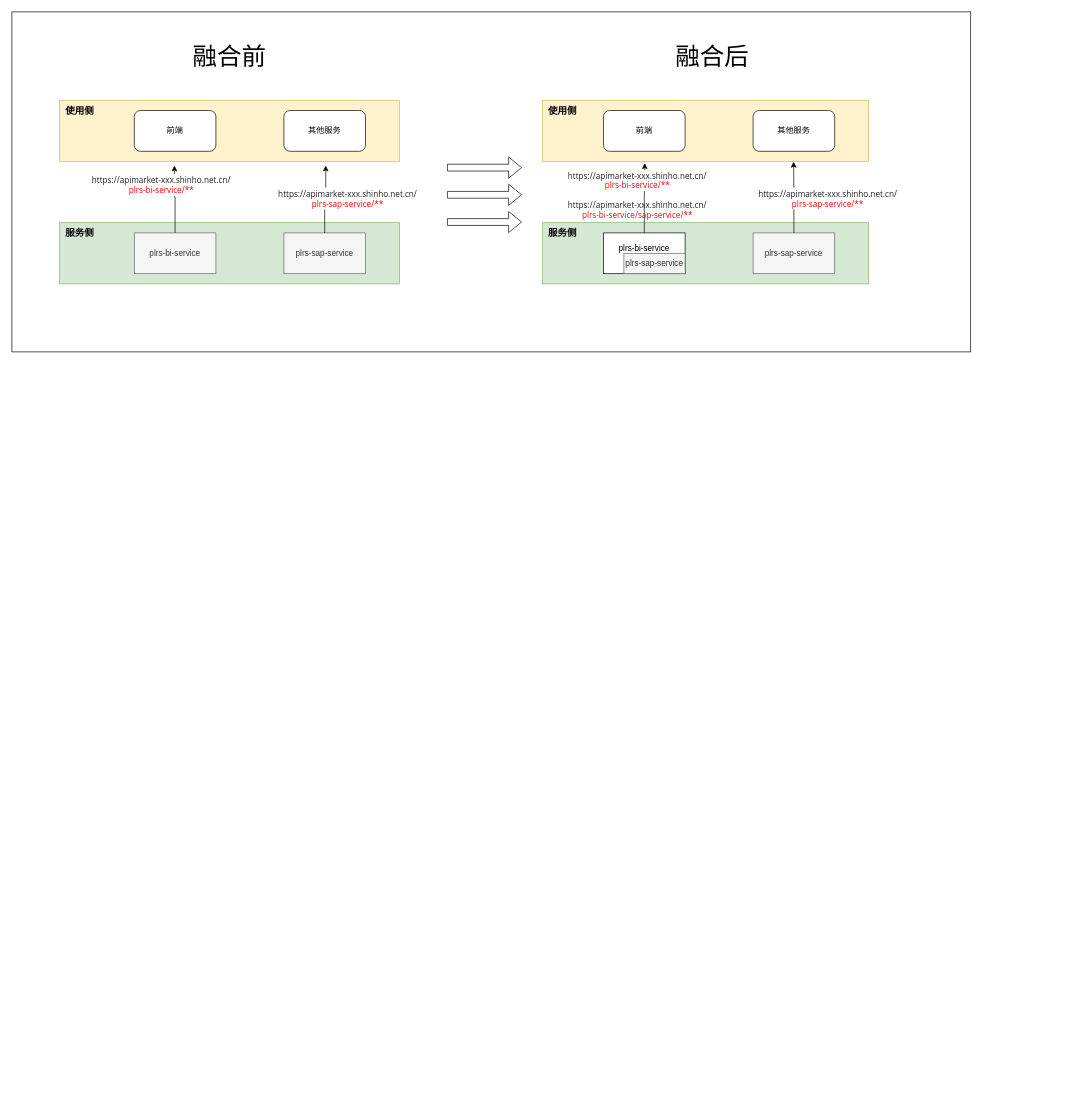
The draw.io diagram 【0321】服务合并安全问题解决方案.drawio in 18857545022/-, before the edit. Source tidied: cells renumbered, new cells numbered last; positions are measured from the earlier drawing's top-left corner, leaving out a move shared by most shapes. Both pictures are drawn from the tidied source at 68%, with x=0, y=0 at pixel (12, 12).
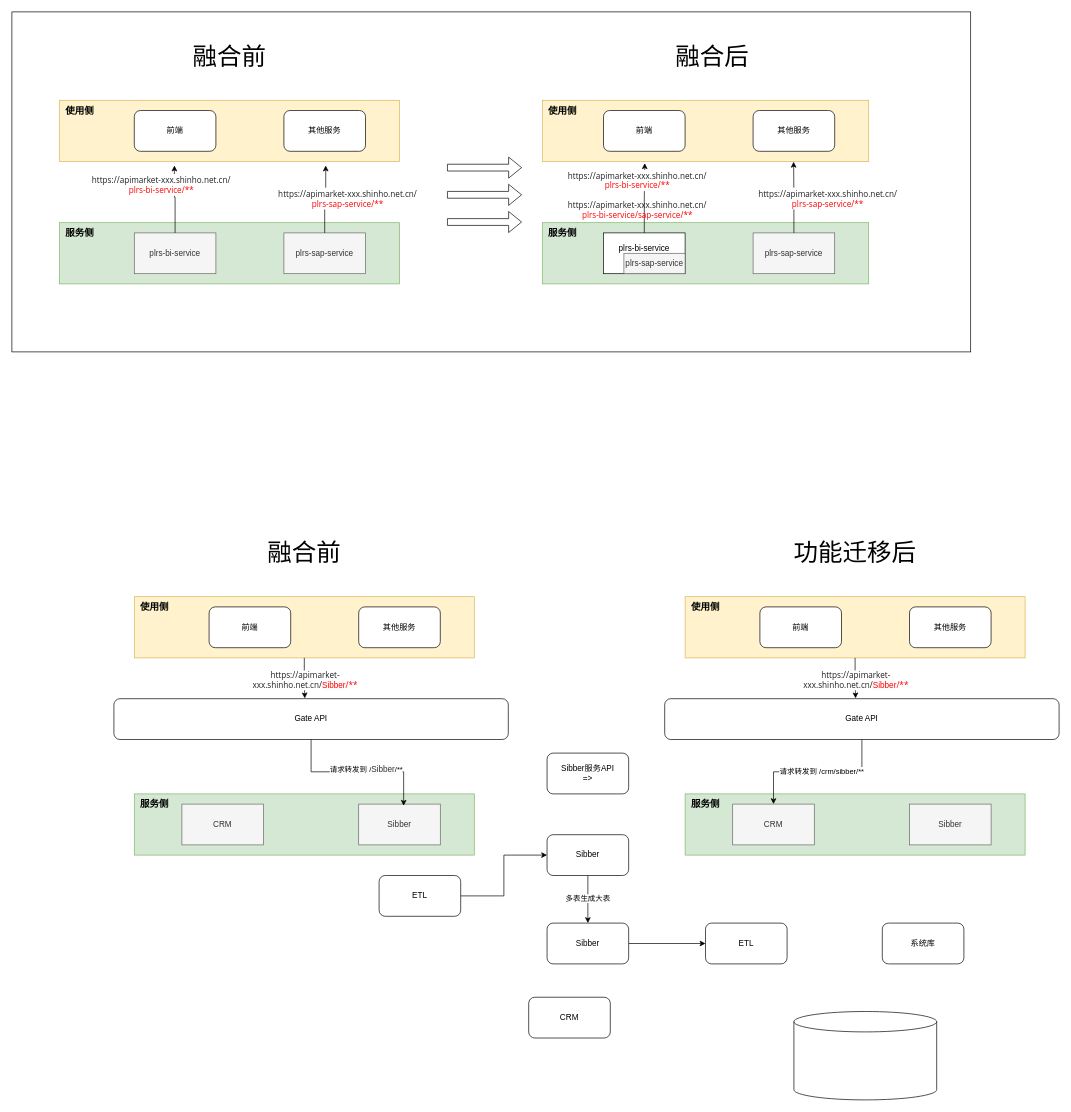
Above is the later version.

Commit message:
更新【0321】服务合并安全问题解决方案.drawio

Change to the diagram source:
```diff
@@
+    <mxCell id="33" value="Gate API" style="rounded=1;whiteSpace=wrap;html=1;" parent="1" vertex="1">
+      <mxGeometry x="150" y="1010" width="580" height="60" as="geometry" />
+    </mxCell>
@@
+    <mxCell id="34" style="rounded=0;whiteSpace=wrap;html=1;fillColor=#fff2cc;strokeColor=#d6b656;" parent="1" vertex="1">
+      <mxGeometry x="180" y="860" width="500" height="90" as="geometry" />
+    </mxCell>
+    <mxCell id="35" value="前端" style="rounded=1;whiteSpace=wrap;html=1;" parent="1" vertex="1">
+      <mxGeometry x="290" y="875" width="120" height="60" as="geometry" />
+    </mxCell>
+    <mxCell id="36" value="其他服务" style="rounded=1;whiteSpace=wrap;html=1;" parent="1" vertex="1">
+      <mxGeometry x="510" y="875" width="120" height="60" as="geometry" />
+    </mxCell>
+    <mxCell id="37" style="rounded=0;whiteSpace=wrap;html=1;fillColor=#d5e8d4;strokeColor=#82b366;" parent="1" vertex="1">
+      <mxGeometry x="180" y="1150" width="500" height="90" as="geometry" />
+    </mxCell>
+    <mxCell id="38" value="CRM" style="rounded=0;whiteSpace=wrap;html=1;fillColor=#f5f5f5;fontColor=#333333;strokeColor=#666666;" parent="1" vertex="1">
+      <mxGeometry x="250" y="1165" width="120" height="60" as="geometry" />
+    </mxCell>
+    <mxCell id="39" value="Sibber" style="rounded=0;whiteSpace=wrap;html=1;fillColor=#f5f5f5;fontColor=#333333;strokeColor=#666666;" parent="1" vertex="1">
+      <mxGeometry x="510" y="1165" width="120" height="60" as="geometry" />
+    </mxCell>
+    <mxCell id="40" value="&lt;font style=&quot;font-size: 14px;&quot;&gt;&lt;b&gt;使用侧&lt;/b&gt;&lt;/font&gt;" style="text;html=1;align=center;verticalAlign=middle;whiteSpace=wrap;rounded=0;" parent="1" vertex="1">
+      <mxGeometry x="180" y="860" width="60" height="30" as="geometry" />
+    </mxCell>
+    <mxCell id="41" value="&lt;font style=&quot;font-size: 14px;&quot;&gt;&lt;b&gt;服务侧&lt;/b&gt;&lt;/font&gt;" style="text;html=1;align=center;verticalAlign=middle;whiteSpace=wrap;rounded=0;" parent="1" vertex="1">
+      <mxGeometry x="180" y="1150" width="60" height="30" as="geometry" />
+    </mxCell>
+    <mxCell id="42" value="&lt;font style=&quot;font-size: 36px;&quot;&gt;融合前&lt;/font&gt;" style="text;html=1;align=center;verticalAlign=middle;whiteSpace=wrap;rounded=0;" parent="1" vertex="1">
+      <mxGeometry x="320" y="780" width="220" height="30" as="geometry" />
+    </mxCell>
+    <mxCell id="43" style="edgeStyle=orthogonalEdgeStyle;rounded=0;jettySize=auto;html=1;exitX=0.5;exitY=1;exitDx=0;exitDy=0;entryX=0.484;entryY=-0.008;entryDx=0;entryDy=0;entryPerimeter=0;" parent="1" edge="1" source="34" target="33">
+      <mxGeometry relative="1" as="geometry" />
+    </mxCell>
+    <mxCell id="44" value="&lt;font style=&quot;text-wrap: wrap; font-family: &amp;quot;Segoe UI&amp;quot;, tahoma, sans-serif; font-size: 12px; text-align: start;&quot; color=&quot;#1f1f1f&quot;&gt;https://apimarket-xxx.shinho.net.cn/&lt;/font&gt;&lt;span style=&quot;font-size: 12px; text-wrap: wrap; background-color: rgb(251, 251, 251);&quot;&gt;&lt;font color=&quot;#ff0000&quot;&gt;Sibber&lt;/font&gt;&lt;/span&gt;&lt;font style=&quot;text-wrap: wrap; font-family: &amp;quot;Segoe UI&amp;quot;, tahoma, sans-serif; font-size: 12px; text-align: start;&quot; color=&quot;#ff0000&quot;&gt;/**&lt;/font&gt;" style="edgeLabel;html=1;align=center;verticalAlign=middle;" parent="43" vertex="1">
+      <mxGeometry x="0.09" relative="1" as="geometry" />
+    </mxCell>
+    <mxCell id="45" style="edgeStyle=orthogonalEdgeStyle;rounded=0;jettySize=auto;html=1;exitX=0.5;exitY=1;exitDx=0;exitDy=0;entryX=0.551;entryY=0.04;entryDx=0;entryDy=0;entryPerimeter=0;" parent="1" edge="1" source="33" target="39">
+      <mxGeometry relative="1" as="geometry" />
+    </mxCell>
+    <mxCell id="46" value="请求转发到 /&lt;span style=&quot;color: rgb(51, 51, 51); font-size: 12px; text-wrap: wrap; background-color: rgb(251, 251, 251);&quot;&gt;Sibber&lt;/span&gt;/**" style="edgeLabel;html=1;align=center;verticalAlign=middle;" parent="45" vertex="1">
+      <mxGeometry x="-0.36" y="3" relative="1" as="geometry">
+        <mxPoint x="53" as="offset" />
+      </mxGeometry>
+    </mxCell>
+    <mxCell id="47" value="Gate API" style="rounded=1;whiteSpace=wrap;html=1;" parent="1" vertex="1">
+      <mxGeometry x="960" y="1010" width="580" height="60" as="geometry" />
+    </mxCell>
+    <mxCell id="48" style="rounded=0;whiteSpace=wrap;html=1;fillColor=#fff2cc;strokeColor=#d6b656;" parent="1" vertex="1">
+      <mxGeometry x="990" y="860" width="500" height="90" as="geometry" />
+    </mxCell>
+    <mxCell id="49" value="前端" style="rounded=1;whiteSpace=wrap;html=1;" parent="1" vertex="1">
+      <mxGeometry x="1100" y="875" width="120" height="60" as="geometry" />
+    </mxCell>
+    <mxCell id="50" value="其他服务" style="rounded=1;whiteSpace=wrap;html=1;" parent="1" vertex="1">
+      <mxGeometry x="1320" y="875" width="120" height="60" as="geometry" />
+    </mxCell>
+    <mxCell id="51" style="rounded=0;whiteSpace=wrap;html=1;fillColor=#d5e8d4;strokeColor=#82b366;" parent="1" vertex="1">
+      <mxGeometry x="990" y="1150" width="500" height="90" as="geometry" />
+    </mxCell>
+    <mxCell id="52" value="CRM" style="rounded=0;whiteSpace=wrap;html=1;fillColor=#f5f5f5;fontColor=#333333;strokeColor=#666666;" parent="1" vertex="1">
+      <mxGeometry x="1060" y="1165" width="120" height="60" as="geometry" />
+    </mxCell>
+    <mxCell id="53" value="Sibber" style="rounded=0;whiteSpace=wrap;html=1;fillColor=#f5f5f5;fontColor=#333333;strokeColor=#666666;" parent="1" vertex="1">
+      <mxGeometry x="1320" y="1165" width="120" height="60" as="geometry" />
+    </mxCell>
+    <mxCell id="54" value="&lt;font style=&quot;font-size: 14px;&quot;&gt;&lt;b&gt;使用侧&lt;/b&gt;&lt;/font&gt;" style="text;html=1;align=center;verticalAlign=middle;whiteSpace=wrap;rounded=0;" parent="1" vertex="1">
+      <mxGeometry x="990" y="860" width="60" height="30" as="geometry" />
+    </mxCell>
+    <mxCell id="55" value="&lt;font style=&quot;font-size: 14px;&quot;&gt;&lt;b&gt;服务侧&lt;/b&gt;&lt;/font&gt;" style="text;html=1;align=center;verticalAlign=middle;whiteSpace=wrap;rounded=0;" parent="1" vertex="1">
+      <mxGeometry x="990" y="1150" width="60" height="30" as="geometry" />
+    </mxCell>
+    <mxCell id="56" value="&lt;span style=&quot;font-size: 36px;&quot;&gt;功能迁移后&lt;/span&gt;" style="text;html=1;align=center;verticalAlign=middle;whiteSpace=wrap;rounded=0;" parent="1" vertex="1">
+      <mxGeometry x="1130" y="780" width="220" height="30" as="geometry" />
+    </mxCell>
+    <mxCell id="57" style="edgeStyle=orthogonalEdgeStyle;rounded=0;jettySize=auto;html=1;exitX=0.5;exitY=1;exitDx=0;exitDy=0;entryX=0.484;entryY=-0.008;entryDx=0;entryDy=0;entryPerimeter=0;" parent="1" edge="1" source="48" target="47">
+      <mxGeometry relative="1" as="geometry" />
+    </mxCell>
+    <mxCell id="58" value="&lt;font style=&quot;text-wrap: wrap; font-family: &amp;quot;Segoe UI&amp;quot;, tahoma, sans-serif; font-size: 12px; text-align: start;&quot; color=&quot;#1f1f1f&quot;&gt;https://apimarket-xxx.shinho.net.cn/&lt;/font&gt;&lt;span style=&quot;font-size: 12px; text-wrap: wrap; background-color: rgb(251, 251, 251);&quot;&gt;&lt;font color=&quot;#ff0000&quot;&gt;Sibber&lt;/font&gt;&lt;/span&gt;&lt;font style=&quot;text-wrap: wrap; font-family: &amp;quot;Segoe UI&amp;quot;, tahoma, sans-serif; font-size: 12px; text-align: start;&quot; color=&quot;#ff0000&quot;&gt;/**&lt;/font&gt;" style="edgeLabel;html=1;align=center;verticalAlign=middle;" parent="57" vertex="1">
+      <mxGeometry x="0.09" relative="1" as="geometry" />
+    </mxCell>
+    <mxCell id="59" style="edgeStyle=orthogonalEdgeStyle;rounded=0;jettySize=auto;html=1;exitX=0.5;exitY=1;exitDx=0;exitDy=0;entryX=0.5;entryY=0;entryDx=0;entryDy=0;" parent="1" edge="1" source="47" target="52">
+      <mxGeometry relative="1" as="geometry" />
+    </mxCell>
+    <mxCell id="60" value="请求转发到 /crm/sibber/**" style="edgeLabel;html=1;align=center;verticalAlign=middle;" parent="59" vertex="1">
+      <mxGeometry x="0.05" y="-1" relative="1" as="geometry">
+        <mxPoint x="11" as="offset" />
+      </mxGeometry>
+    </mxCell>
+    <mxCell id="61" style="edgeStyle=orthogonalEdgeStyle;rounded=0;jettySize=auto;html=1;exitX=1;exitY=0.5;exitDx=0;exitDy=0;entryX=0;entryY=0.5;entryDx=0;entryDy=0;" parent="1" edge="1" source="62" target="63">
+      <mxGeometry relative="1" as="geometry" />
+    </mxCell>
+    <mxCell id="62" value="Sibber" style="rounded=1;whiteSpace=wrap;html=1;" parent="1" vertex="1">
+      <mxGeometry x="787" y="1340" width="120" height="60" as="geometry" />
+    </mxCell>
+    <mxCell id="63" value="ETL" style="rounded=1;whiteSpace=wrap;html=1;" parent="1" vertex="1">
+      <mxGeometry x="1020" y="1340" width="120" height="60" as="geometry" />
+    </mxCell>
+    <mxCell id="64" value="系统库" style="rounded=1;whiteSpace=wrap;html=1;" parent="1" vertex="1">
+      <mxGeometry x="1280" y="1340" width="120" height="60" as="geometry" />
+    </mxCell>
+    <mxCell id="65" value="CRM" style="rounded=1;whiteSpace=wrap;html=1;" parent="1" vertex="1">
+      <mxGeometry x="760" y="1449" width="120" height="60" as="geometry" />
+    </mxCell>
+    <mxCell id="66" style="edgeStyle=orthogonalEdgeStyle;rounded=0;jettySize=auto;html=1;exitX=0.5;exitY=1;exitDx=0;exitDy=0;entryX=0.5;entryY=0;entryDx=0;entryDy=0;" parent="1" edge="1" source="68" target="62">
+      <mxGeometry relative="1" as="geometry">
+        <Array as="points">
+          <mxPoint x="847" y="1290" />
+          <mxPoint x="847" y="1290" />
+        </Array>
+      </mxGeometry>
+    </mxCell>
+    <mxCell id="67" value="多表生成大表" style="edgeLabel;html=1;align=center;verticalAlign=middle;" parent="66" vertex="1">
+      <mxGeometry x="-0.07" y="-1" relative="1" as="geometry" />
+    </mxCell>
+    <mxCell id="68" value="Sibber" style="rounded=1;whiteSpace=wrap;html=1;" parent="1" vertex="1">
+      <mxGeometry x="787" y="1210" width="120" height="60" as="geometry" />
+    </mxCell>
+    <mxCell id="69" style="shape=cylinder3;whiteSpace=wrap;html=1;boundedLbl=1;backgroundOutline=1;size=15;" parent="1" vertex="1">
+      <mxGeometry x="1150" y="1470" width="210" height="130" as="geometry" />
+    </mxCell>
+    <mxCell id="70" style="edgeStyle=orthogonalEdgeStyle;rounded=0;jettySize=auto;html=1;exitX=1;exitY=0.5;exitDx=0;exitDy=0;entryX=0;entryY=0.5;entryDx=0;entryDy=0;" parent="1" edge="1" source="71" target="68">
+      <mxGeometry relative="1" as="geometry" />
+    </mxCell>
+    <mxCell id="71" value="ETL" style="rounded=1;whiteSpace=wrap;html=1;" parent="1" vertex="1">
+      <mxGeometry x="540" y="1270" width="120" height="60" as="geometry" />
+    </mxCell>
+    <mxCell id="72" value="Sibber服务API&lt;br&gt;=&amp;gt;" style="rounded=1;whiteSpace=wrap;html=1;" parent="1" vertex="1">
+      <mxGeometry x="787" y="1090" width="120" height="60" as="geometry" />
+    </mxCell>
```
